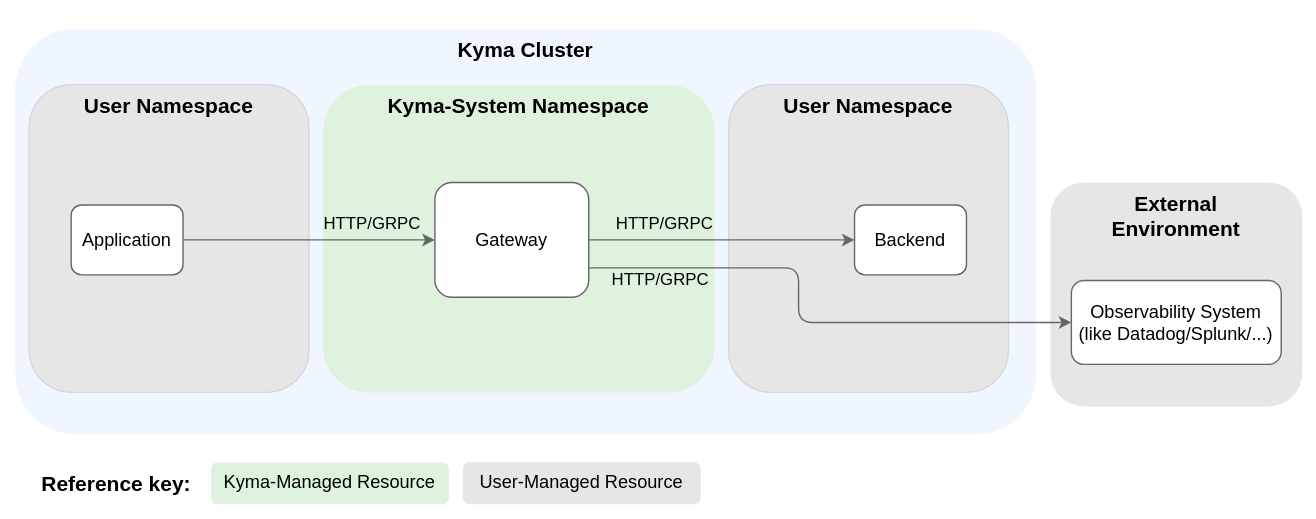
Earlier version of the draw.io export docs/user/assets/gateways-plain.drawio.svg (kyma-project/telemetry-manager). Source tidied: cells renumbered, new cells last; positions are measured from the earlier drawing's top-left corner, leaving out a move shared by most shapes. Its diagram source:
```xml
<mxGraphModel>
  <root>
    <mxCell id="0" />
    <mxCell id="1" parent="0" />
    <mxCell id="2" style="rounded=0;whiteSpace=wrap;html=1;fillColor=#FFFFFF;strokeColor=none;" parent="1" vertex="1">
      <mxGeometry width="940" height="370" as="geometry" />
    </mxCell>
    <mxCell id="3" value="&lt;b style=&quot;color: rgb(0, 0, 0); font-size: 15px;&quot;&gt;&lt;font style=&quot;font-size: 15px;&quot;&gt;Kyma Cluster&lt;br style=&quot;font-size: 15px;&quot;&gt;&lt;/font&gt;&lt;/b&gt;" style="rounded=1;whiteSpace=wrap;html=1;fillColor=#F0F6FF;strokeColor=none;fontColor=#333333;verticalAlign=top;fontSize=15;" parent="1" vertex="1">
      <mxGeometry x="10" y="20" width="730" height="290" as="geometry" />
    </mxCell>
    <mxCell id="4" value="&lt;b style=&quot;color: rgb(0, 0, 0); font-size: 15px;&quot;&gt;Kyma-System Namespace&lt;br style=&quot;font-size: 15px;&quot;&gt;&lt;/b&gt;" style="rounded=1;whiteSpace=wrap;html=1;dashed=1;fillColor=#DEF2DD;strokeColor=none;verticalAlign=top;fontSize=15;" parent="1" vertex="1">
      <mxGeometry x="230" y="60" width="280" height="220" as="geometry" />
    </mxCell>
    <mxCell id="5" value="&lt;b style=&quot;border-color: var(--border-color); font-size: 15px;&quot;&gt;User Namespace&lt;/b&gt;" style="rounded=1;whiteSpace=wrap;html=1;fillColor=#E6E6E6;strokeColor=#d6d6d6;verticalAlign=top;fontSize=15;" parent="1" vertex="1">
      <mxGeometry x="520" y="60" width="200" height="220" as="geometry" />
    </mxCell>
    <mxCell id="6" value="&lt;b style=&quot;color: rgb(0, 0, 0); font-size: 15px;&quot;&gt;User Namespace&lt;br style=&quot;font-size: 15px;&quot;&gt;&lt;/b&gt;" style="rounded=1;whiteSpace=wrap;html=1;fillColor=#E6E6E6;strokeColor=#D6D6D6;verticalAlign=top;fontSize=15;" parent="1" vertex="1">
      <mxGeometry x="20" y="60" width="200" height="220" as="geometry" />
    </mxCell>
    <mxCell id="7" style="edgeStyle=orthogonalEdgeStyle;rounded=1;jettySize=auto;html=1;entryX=0;entryY=0.5;entryDx=0;entryDy=0;strokeColor=#666666;exitX=1;exitY=0.5;exitDx=0;exitDy=0;" parent="1" edge="1" source="12" target="9">
      <mxGeometry relative="1" as="geometry" />
    </mxCell>
    <mxCell id="8" value="HTTP/GRPC" style="edgeLabel;html=1;align=center;verticalAlign=middle;labelBackgroundColor=none;fontSize=12;" parent="7" vertex="1">
      <mxGeometry x="-0.39" y="-4" relative="1" as="geometry">
        <mxPoint x="80" y="-15" as="offset" />
      </mxGeometry>
    </mxCell>
    <mxCell id="9" value="Gateway" style="rounded=1;whiteSpace=wrap;html=1;fontSize=13;strokeColor=#666666;" parent="1" vertex="1">
      <mxGeometry x="310" y="130" width="110" height="82" as="geometry" />
    </mxCell>
    <mxCell id="10" value="&lt;font style=&quot;font-size: 15px;&quot;&gt;&lt;b&gt;Reference key:&lt;/b&gt;&lt;/font&gt;" style="text;html=1;align=center;verticalAlign=middle;strokeColor=none;fillColor=default;" parent="1" vertex="1">
      <mxGeometry x="17" y="330" width="130" height="30" as="geometry" />
    </mxCell>
    <mxCell id="11" value="&lt;span style=&quot;color: rgb(0, 0, 0); font-family: Helvetica; font-size: 13px; font-style: normal; font-variant-ligatures: normal; font-variant-caps: normal; font-weight: 400; letter-spacing: normal; orphans: 2; text-indent: 0px; text-transform: none; widows: 2; word-spacing: 0px; -webkit-text-stroke-width: 0px; text-decoration-thickness: initial; text-decoration-style: initial; text-decoration-color: initial; float: none; display: inline !important;&quot;&gt;User-Managed Resource&lt;/span&gt;" style="text;whiteSpace=wrap;html=1;strokeColor=none;rounded=1;fillColor=#e6e6e6;align=center;fontSize=13;" parent="1" vertex="1">
      <mxGeometry x="330" y="330" width="170" height="30" as="geometry" />
    </mxCell>
    <mxCell id="12" value="&lt;font style=&quot;font-size: 13px;&quot;&gt;Application&lt;/font&gt;" style="rounded=1;whiteSpace=wrap;html=1;fillColor=#FFFFFF;strokeColor=#666666;fontColor=#000000;fontSize=13;" parent="1" vertex="1">
      <mxGeometry x="50" y="146" width="80" height="50" as="geometry" />
    </mxCell>
    <mxCell id="13" value="&lt;font style=&quot;font-size: 13px;&quot;&gt;Backend&lt;/font&gt;" style="rounded=1;whiteSpace=wrap;html=1;fillColor=#FFFFFF;strokeColor=#666666;fontColor=#000000;fontSize=13;" parent="1" vertex="1">
      <mxGeometry x="610" y="146" width="80" height="50" as="geometry" />
    </mxCell>
    <mxCell id="14" style="edgeStyle=orthogonalEdgeStyle;rounded=1;jettySize=auto;html=1;entryX=0;entryY=0.5;entryDx=0;entryDy=0;strokeColor=#666666;exitX=1;exitY=0.5;exitDx=0;exitDy=0;" parent="1" edge="1" source="9" target="13">
      <mxGeometry relative="1" as="geometry" />
    </mxCell>
    <mxCell id="15" value="HTTP/GRPC" style="edgeLabel;html=1;align=center;verticalAlign=middle;labelBackgroundColor=none;fontSize=12;" parent="14" vertex="1">
      <mxGeometry x="-0.39" y="-4" relative="1" as="geometry">
        <mxPoint x="-4" y="-15" as="offset" />
      </mxGeometry>
    </mxCell>
    <mxCell id="16" value="&lt;b style=&quot;color: rgb(0, 0, 0); font-size: 15px;&quot;&gt;&lt;font style=&quot;font-size: 15px;&quot;&gt;External&lt;br style=&quot;font-size: 15px;&quot;&gt;Environment&lt;br style=&quot;font-size: 15px;&quot;&gt;&lt;br style=&quot;font-size: 15px;&quot;&gt;&lt;br style=&quot;font-size: 15px;&quot;&gt;&lt;br style=&quot;font-size: 15px;&quot;&gt;&lt;br style=&quot;font-size: 15px;&quot;&gt;&lt;/font&gt;&lt;/b&gt;" style="rounded=1;whiteSpace=wrap;html=1;fillColor=#e6e6e6;strokeColor=none;fontColor=#333333;fontSize=15;verticalAlign=top;" parent="1" vertex="1">
      <mxGeometry x="750" y="130" width="180" height="160" as="geometry" />
    </mxCell>
    <mxCell id="17" value="Observability System&lt;br style=&quot;font-size: 13px;&quot;&gt;(like Datadog/Splunk/...)" style="rounded=1;whiteSpace=wrap;html=1;fontColor=#000000;fillColor=#FFFFFF;strokeColor=#666666;fontSize=13;" parent="1" vertex="1">
      <mxGeometry x="765" y="200" width="150" height="60" as="geometry" />
    </mxCell>
    <mxCell id="18" style="edgeStyle=orthogonalEdgeStyle;rounded=1;jettySize=auto;html=1;strokeColor=#666666;entryX=0;entryY=0.5;entryDx=0;entryDy=0;" parent="1" edge="1" target="17">
      <mxGeometry relative="1" as="geometry">
        <mxPoint x="420" y="191" as="sourcePoint" />
        <Array as="points">
          <mxPoint x="570" y="191" />
          <mxPoint x="570" y="230" />
        </Array>
      </mxGeometry>
    </mxCell>
    <mxCell id="19" value="&lt;span style=&quot;font-size: 12px;&quot;&gt;HTTP/GRPC&lt;/span&gt;" style="edgeLabel;html=1;align=center;verticalAlign=middle;labelBackgroundColor=none;fontSize=12;" parent="18" vertex="1">
      <mxGeometry x="-0.1" y="2" relative="1" as="geometry">
        <mxPoint x="-101" y="-14" as="offset" />
      </mxGeometry>
    </mxCell>
    <mxCell id="20" value="&lt;span style=&quot;color: rgb(0, 0, 0); font-family: Helvetica; font-size: 13px; font-style: normal; font-variant-ligatures: normal; font-variant-caps: normal; font-weight: 400; letter-spacing: normal; orphans: 2; text-indent: 0px; text-transform: none; widows: 2; word-spacing: 0px; -webkit-text-stroke-width: 0px; text-decoration-thickness: initial; text-decoration-style: initial; text-decoration-color: initial; float: none; display: inline !important;&quot;&gt;Kyma-Managed Resource&lt;/span&gt;" style="text;whiteSpace=wrap;html=1;strokeColor=none;rounded=1;fillColor=#def2dd;align=center;" parent="1" vertex="1">
      <mxGeometry x="150" y="330" width="170" height="30" as="geometry" />
    </mxCell>
  </root>
</mxGraphModel>
```
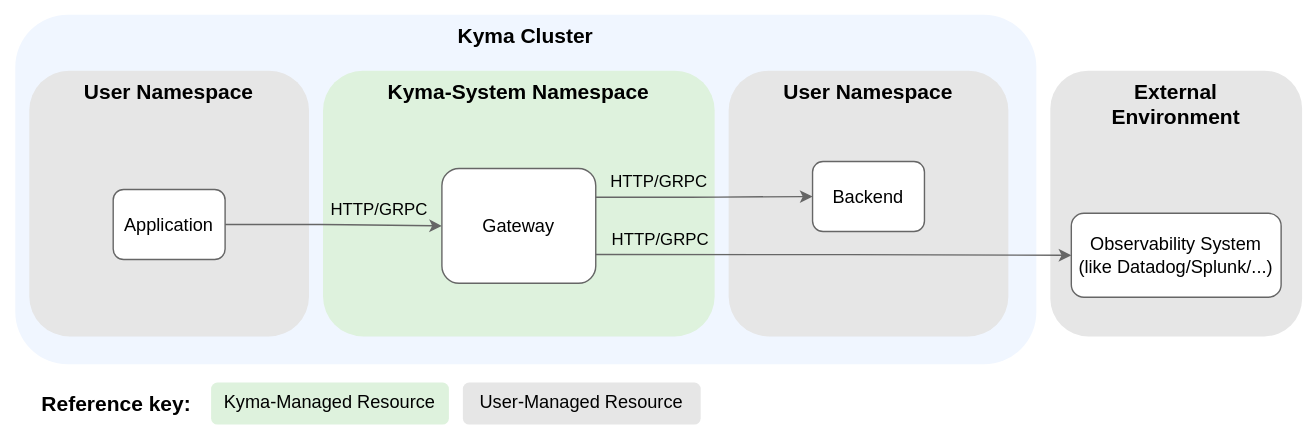
Above is the later version.

The edit, as a diff of the source:
```diff
@@ -3,73 +3,67 @@
     <mxCell id="0" />
     <mxCell id="1" parent="0" />
     <mxCell id="2" style="rounded=0;whiteSpace=wrap;html=1;fillColor=#FFFFFF;strokeColor=none;" parent="1" vertex="1">
-      <mxGeometry width="940" height="370" as="geometry" />
+      <mxGeometry y="-100" width="940" height="310" as="geometry" />
     </mxCell>
     <mxCell id="3" value="&lt;b style=&quot;color: rgb(0, 0, 0); font-size: 15px;&quot;&gt;&lt;font style=&quot;font-size: 15px;&quot;&gt;Kyma Cluster&lt;br style=&quot;font-size: 15px;&quot;&gt;&lt;/font&gt;&lt;/b&gt;" style="rounded=1;whiteSpace=wrap;html=1;fillColor=#F0F6FF;strokeColor=none;fontColor=#333333;verticalAlign=top;fontSize=15;" parent="1" vertex="1">
-      <mxGeometry x="10" y="20" width="730" height="290" as="geometry" />
+      <mxGeometry x="10" y="-90" width="730" height="250" as="geometry" />
     </mxCell>
     <mxCell id="4" value="&lt;b style=&quot;color: rgb(0, 0, 0); font-size: 15px;&quot;&gt;Kyma-System Namespace&lt;br style=&quot;font-size: 15px;&quot;&gt;&lt;/b&gt;" style="rounded=1;whiteSpace=wrap;html=1;dashed=1;fillColor=#DEF2DD;strokeColor=none;verticalAlign=top;fontSize=15;" parent="1" vertex="1">
-      <mxGeometry x="230" y="60" width="280" height="220" as="geometry" />
+      <mxGeometry x="230" y="-50" width="280" height="190" as="geometry" />
     </mxCell>
-    <mxCell id="5" value="&lt;b style=&quot;border-color: var(--border-color); font-size: 15px;&quot;&gt;User Namespace&lt;/b&gt;" style="rounded=1;whiteSpace=wrap;html=1;fillColor=#E6E6E6;strokeColor=#d6d6d6;verticalAlign=top;fontSize=15;" parent="1" vertex="1">
-      <mxGeometry x="520" y="60" width="200" height="220" as="geometry" />
+    <mxCell id="5" value="&lt;b style=&quot;border-color: var(--border-color); font-size: 15px;&quot;&gt;User Namespace&lt;/b&gt;" style="rounded=1;whiteSpace=wrap;html=1;fillColor=#E6E6E6;strokeColor=none;verticalAlign=top;fontSize=15;" parent="1" vertex="1">
+      <mxGeometry x="520" y="-50" width="200" height="190" as="geometry" />
     </mxCell>
-    <mxCell id="6" value="&lt;b style=&quot;color: rgb(0, 0, 0); font-size: 15px;&quot;&gt;User Namespace&lt;br style=&quot;font-size: 15px;&quot;&gt;&lt;/b&gt;" style="rounded=1;whiteSpace=wrap;html=1;fillColor=#E6E6E6;strokeColor=#D6D6D6;verticalAlign=top;fontSize=15;" parent="1" vertex="1">
-      <mxGeometry x="20" y="60" width="200" height="220" as="geometry" />
+    <mxCell id="6" value="&lt;b style=&quot;color: rgb(0, 0, 0); font-size: 15px;&quot;&gt;User Namespace&lt;br style=&quot;font-size: 15px;&quot;&gt;&lt;/b&gt;" style="rounded=1;whiteSpace=wrap;html=1;fillColor=#E6E6E6;strokeColor=none;verticalAlign=top;fontSize=15;" parent="1" vertex="1">
+      <mxGeometry x="20" y="-50" width="200" height="190" as="geometry" />
     </mxCell>
     <mxCell id="7" style="edgeStyle=orthogonalEdgeStyle;rounded=1;jettySize=auto;html=1;entryX=0;entryY=0.5;entryDx=0;entryDy=0;strokeColor=#666666;exitX=1;exitY=0.5;exitDx=0;exitDy=0;" parent="1" edge="1" source="12" target="9">
       <mxGeometry relative="1" as="geometry" />
     </mxCell>
     <mxCell id="8" value="HTTP/GRPC" style="edgeLabel;html=1;align=center;verticalAlign=middle;labelBackgroundColor=none;fontSize=12;" parent="7" vertex="1">
       <mxGeometry x="-0.39" y="-4" relative="1" as="geometry">
-        <mxPoint x="80" y="-15" as="offset" />
+        <mxPoint x="63" y="-14" as="offset" />
       </mxGeometry>
     </mxCell>
     <mxCell id="9" value="Gateway" style="rounded=1;whiteSpace=wrap;html=1;fontSize=13;strokeColor=#666666;" parent="1" vertex="1">
-      <mxGeometry x="310" y="130" width="110" height="82" as="geometry" />
+      <mxGeometry x="315" y="20" width="110" height="82" as="geometry" />
     </mxCell>
     <mxCell id="10" value="&lt;font style=&quot;font-size: 15px;&quot;&gt;&lt;b&gt;Reference key:&lt;/b&gt;&lt;/font&gt;" style="text;html=1;align=center;verticalAlign=middle;strokeColor=none;fillColor=default;" parent="1" vertex="1">
-      <mxGeometry x="17" y="330" width="130" height="30" as="geometry" />
+      <mxGeometry x="17" y="173" width="130" height="30" as="geometry" />
     </mxCell>
     <mxCell id="11" value="&lt;span style=&quot;color: rgb(0, 0, 0); font-family: Helvetica; font-size: 13px; font-style: normal; font-variant-ligatures: normal; font-variant-caps: normal; font-weight: 400; letter-spacing: normal; orphans: 2; text-indent: 0px; text-transform: none; widows: 2; word-spacing: 0px; -webkit-text-stroke-width: 0px; text-decoration-thickness: initial; text-decoration-style: initial; text-decoration-color: initial; float: none; display: inline !important;&quot;&gt;User-Managed Resource&lt;/span&gt;" style="text;whiteSpace=wrap;html=1;strokeColor=none;rounded=1;fillColor=#e6e6e6;align=center;fontSize=13;" parent="1" vertex="1">
-      <mxGeometry x="330" y="330" width="170" height="30" as="geometry" />
+      <mxGeometry x="330" y="173" width="170" height="30" as="geometry" />
     </mxCell>
     <mxCell id="12" value="&lt;font style=&quot;font-size: 13px;&quot;&gt;Application&lt;/font&gt;" style="rounded=1;whiteSpace=wrap;html=1;fillColor=#FFFFFF;strokeColor=#666666;fontColor=#000000;fontSize=13;" parent="1" vertex="1">
-      <mxGeometry x="50" y="146" width="80" height="50" as="geometry" />
+      <mxGeometry x="80" y="35" width="80" height="50" as="geometry" />
     </mxCell>
     <mxCell id="13" value="&lt;font style=&quot;font-size: 13px;&quot;&gt;Backend&lt;/font&gt;" style="rounded=1;whiteSpace=wrap;html=1;fillColor=#FFFFFF;strokeColor=#666666;fontColor=#000000;fontSize=13;" parent="1" vertex="1">
-      <mxGeometry x="610" y="146" width="80" height="50" as="geometry" />
+      <mxGeometry x="580" y="15" width="80" height="50" as="geometry" />
     </mxCell>
-    <mxCell id="14" style="edgeStyle=orthogonalEdgeStyle;rounded=1;jettySize=auto;html=1;entryX=0;entryY=0.5;entryDx=0;entryDy=0;strokeColor=#666666;exitX=1;exitY=0.5;exitDx=0;exitDy=0;" parent="1" edge="1" source="9" target="13">
+    <mxCell id="14" style="edgeStyle=orthogonalEdgeStyle;rounded=1;jettySize=auto;html=1;entryX=0;entryY=0.5;entryDx=0;entryDy=0;strokeColor=#666666;exitX=1;exitY=0.25;exitDx=0;exitDy=0;" parent="1" edge="1" source="9" target="13">
       <mxGeometry relative="1" as="geometry" />
     </mxCell>
     <mxCell id="15" value="HTTP/GRPC" style="edgeLabel;html=1;align=center;verticalAlign=middle;labelBackgroundColor=none;fontSize=12;" parent="14" vertex="1">
       <mxGeometry x="-0.39" y="-4" relative="1" as="geometry">
-        <mxPoint x="-4" y="-15" as="offset" />
+        <mxPoint x="-2" y="-15" as="offset" />
       </mxGeometry>
     </mxCell>
     <mxCell id="16" value="&lt;b style=&quot;color: rgb(0, 0, 0); font-size: 15px;&quot;&gt;&lt;font style=&quot;font-size: 15px;&quot;&gt;External&lt;br style=&quot;font-size: 15px;&quot;&gt;Environment&lt;br style=&quot;font-size: 15px;&quot;&gt;&lt;br style=&quot;font-size: 15px;&quot;&gt;&lt;br style=&quot;font-size: 15px;&quot;&gt;&lt;br style=&quot;font-size: 15px;&quot;&gt;&lt;br style=&quot;font-size: 15px;&quot;&gt;&lt;/font&gt;&lt;/b&gt;" style="rounded=1;whiteSpace=wrap;html=1;fillColor=#e6e6e6;strokeColor=none;fontColor=#333333;fontSize=15;verticalAlign=top;" parent="1" vertex="1">
-      <mxGeometry x="750" y="130" width="180" height="160" as="geometry" />
+      <mxGeometry x="750" y="-50" width="180" height="190" as="geometry" />
     </mxCell>
     <mxCell id="17" value="Observability System&lt;br style=&quot;font-size: 13px;&quot;&gt;(like Datadog/Splunk/...)" style="rounded=1;whiteSpace=wrap;html=1;fontColor=#000000;fillColor=#FFFFFF;strokeColor=#666666;fontSize=13;" parent="1" vertex="1">
-      <mxGeometry x="765" y="200" width="150" height="60" as="geometry" />
+      <mxGeometry x="765" y="52" width="150" height="60" as="geometry" />
     </mxCell>
-    <mxCell id="18" style="edgeStyle=orthogonalEdgeStyle;rounded=1;jettySize=auto;html=1;strokeColor=#666666;entryX=0;entryY=0.5;entryDx=0;entryDy=0;" parent="1" edge="1" target="17">
-      <mxGeometry relative="1" as="geometry">
-        <mxPoint x="420" y="191" as="sourcePoint" />
-        <Array as="points">
-          <mxPoint x="570" y="191" />
-          <mxPoint x="570" y="230" />
-        </Array>
-      </mxGeometry>
-    </mxCell>
+    <mxCell id="20" value="&lt;span style=&quot;color: rgb(0, 0, 0); font-family: Helvetica; font-size: 13px; font-style: normal; font-variant-ligatures: normal; font-variant-caps: normal; font-weight: 400; letter-spacing: normal; orphans: 2; text-indent: 0px; text-transform: none; widows: 2; word-spacing: 0px; -webkit-text-stroke-width: 0px; text-decoration-thickness: initial; text-decoration-style: initial; text-decoration-color: initial; float: none; display: inline !important;&quot;&gt;Kyma-Managed Resource&lt;/span&gt;" style="text;whiteSpace=wrap;html=1;strokeColor=none;rounded=1;fillColor=#def2dd;align=center;" parent="1" vertex="1">
+      <mxGeometry x="150" y="173" width="170" height="30" as="geometry" />
+    </mxCell>
+    <mxCell id="21" style="edgeStyle=orthogonalEdgeStyle;rounded=1;jettySize=auto;html=1;entryX=0;entryY=0.5;entryDx=0;entryDy=0;strokeColor=#666666;exitX=1;exitY=0.75;exitDx=0;exitDy=0;" parent="1" edge="1" source="9" target="17">
+      <mxGeometry relative="1" as="geometry" />
+    </mxCell>
-    <mxCell id="19" value="&lt;span style=&quot;font-size: 12px;&quot;&gt;HTTP/GRPC&lt;/span&gt;" style="edgeLabel;html=1;align=center;verticalAlign=middle;labelBackgroundColor=none;fontSize=12;" parent="18" vertex="1">
-      <mxGeometry x="-0.1" y="2" relative="1" as="geometry">
-        <mxPoint x="-101" y="-14" as="offset" />
+    <mxCell id="19" value="HTTP/GRPC" style="edgeLabel;html=1;align=center;verticalAlign=middle;labelBackgroundColor=none;fontSize=12;" parent="21" vertex="1">
+      <mxGeometry x="-0.39" y="-4" relative="1" as="geometry">
+        <mxPoint x="-58" y="-15" as="offset" />
       </mxGeometry>
     </mxCell>
-    <mxCell id="20" value="&lt;span style=&quot;color: rgb(0, 0, 0); font-family: Helvetica; font-size: 13px; font-style: normal; font-variant-ligatures: normal; font-variant-caps: normal; font-weight: 400; letter-spacing: normal; orphans: 2; text-indent: 0px; text-transform: none; widows: 2; word-spacing: 0px; -webkit-text-stroke-width: 0px; text-decoration-thickness: initial; text-decoration-style: initial; text-decoration-color: initial; float: none; display: inline !important;&quot;&gt;Kyma-Managed Resource&lt;/span&gt;" style="text;whiteSpace=wrap;html=1;strokeColor=none;rounded=1;fillColor=#def2dd;align=center;" parent="1" vertex="1">
-      <mxGeometry x="150" y="330" width="170" height="30" as="geometry" />
-    </mxCell>
   </root>
 </mxGraphModel>
```
